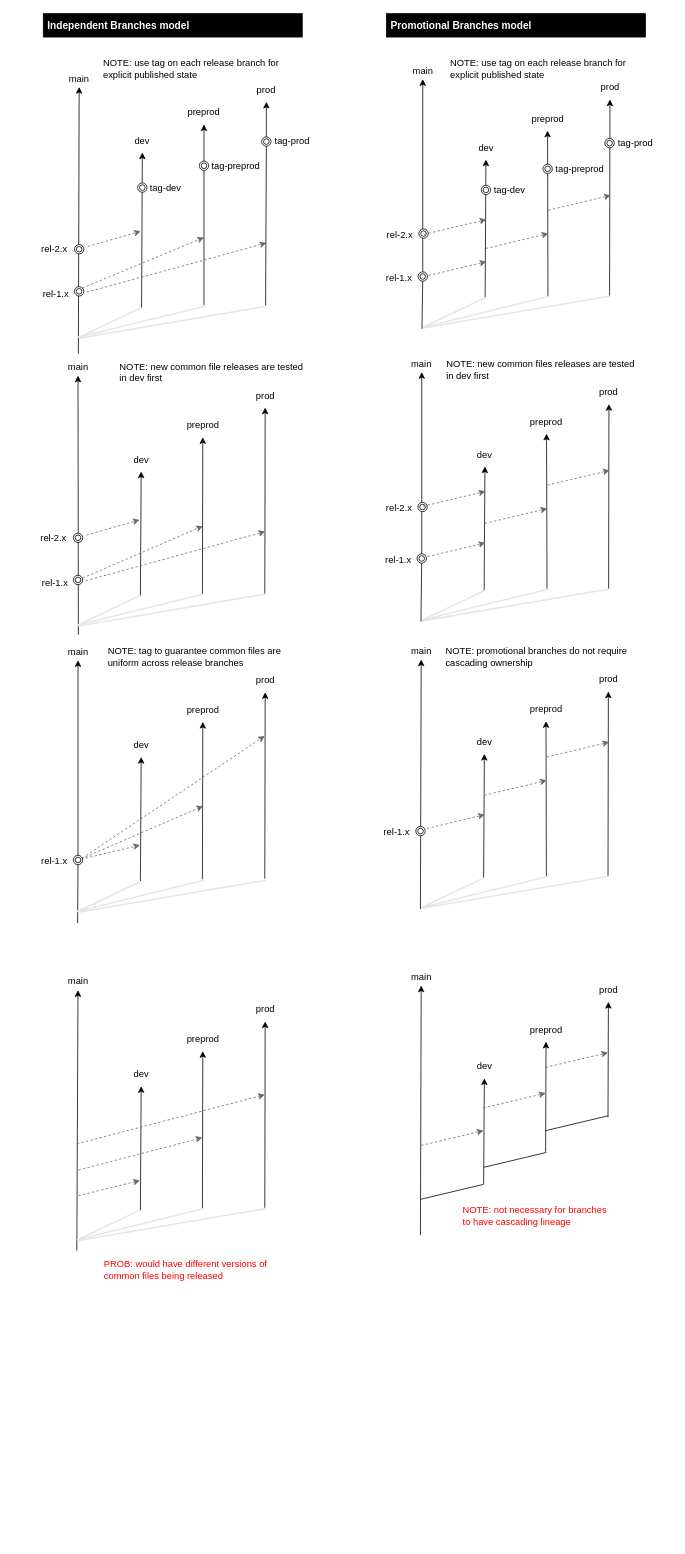
fabianlee/blogcode keeps this draw.io diagram as git/git-branch-tag-models.drawio. Above is the earlier version. Source tidied: cells renumbered, new cells numbered last; positions are measured from the earlier drawing's top-left corner, leaving out a move shared by most shapes. Both pictures are drawn from the tidied source at 78%, with x=0, y=0 at pixel (12, 13).
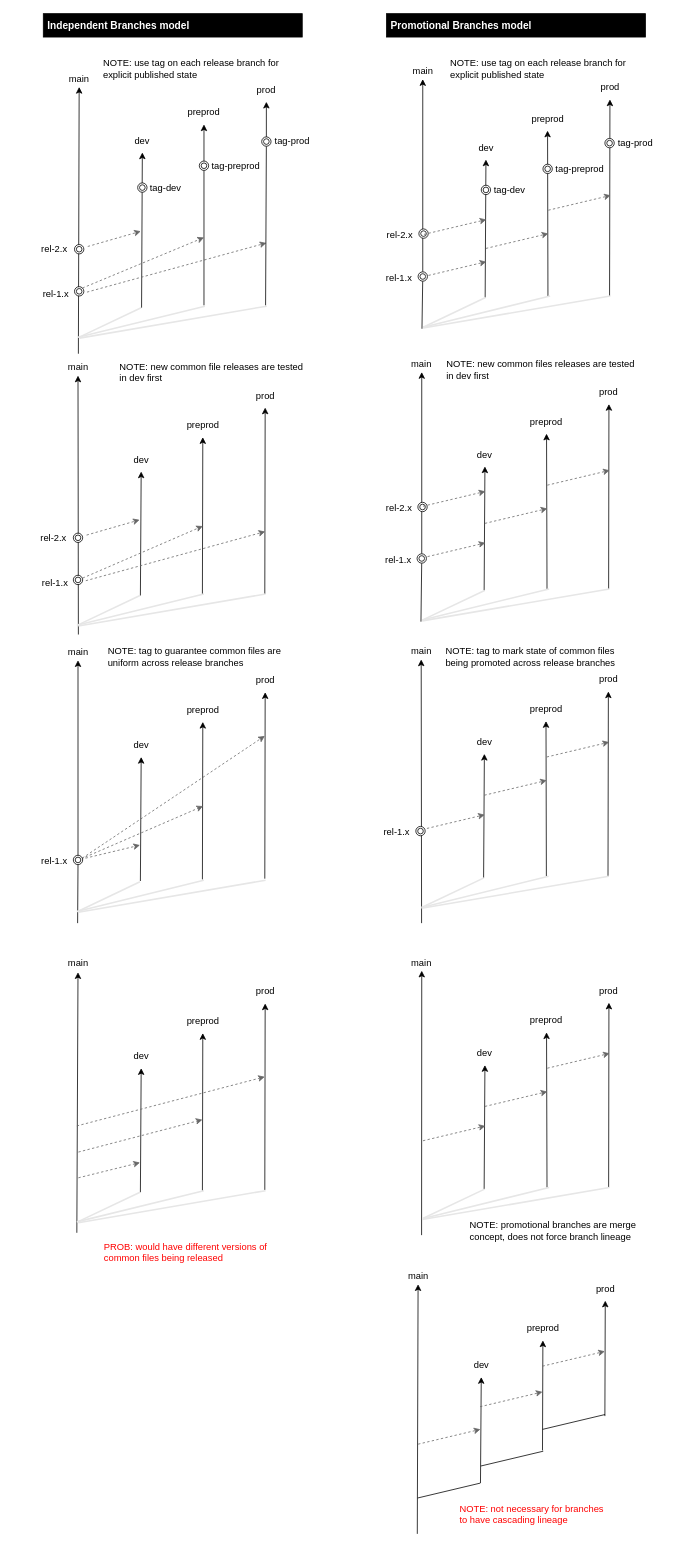
Above is the later version.

The edit, as a diff of the source:
```diff
@@
     <mxCell id="56" style="endArrow=classic;html=1;rounded=0;startArrow=none;" parent="1" edge="1">
       <mxGeometry relative="1" as="geometry">
-        <mxPoint x="522.5" y="1148" as="sourcePoint" />
+        <mxPoint x="524" y="1166" as="sourcePoint" />
         <mxPoint x="523.5" y="828" as="targetPoint" />
       </mxGeometry>
     </mxCell>
@@
     <mxCell id="67" style="endArrow=classic;html=1;rounded=0;startArrow=none;" parent="1" edge="1">
       <mxGeometry relative="1" as="geometry">
-        <mxPoint x="82" y="1586" as="sourcePoint" />
-        <mxPoint x="83.5" y="1252" as="targetPoint" />
+        <mxPoint x="82" y="1563" as="sourcePoint" />
+        <mxPoint x="83.5" y="1229" as="targetPoint" />
       </mxGeometry>
     </mxCell>
     <mxCell id="68" style="endArrow=classic;html=1;rounded=0;entryX=0.5;entryY=1;entryDx=0;entryDy=0;" parent="1" edge="1">
       <mxGeometry relative="1" as="geometry">
-        <mxPoint x="163.5" y="1534" as="sourcePoint" />
-        <mxPoint x="164.5" y="1375" as="targetPoint" />
+        <mxPoint x="163.5" y="1511" as="sourcePoint" />
+        <mxPoint x="164.5" y="1352" as="targetPoint" />
       </mxGeometry>
     </mxCell>
     <mxCell id="69" value="main" style="text;strokeColor=none;align=center;fillColor=none;html=1;verticalAlign=middle;whiteSpace=wrap;rounded=0;" parent="1" vertex="1">
-      <mxGeometry x="53.5" y="1226" width="60" height="30" as="geometry" />
+      <mxGeometry x="53.5" y="1203" width="60" height="30" as="geometry" />
     </mxCell>
     <mxCell id="70" style="endArrow=classic;html=1;rounded=0;entryX=0.5;entryY=1;entryDx=0;entryDy=0;startArrow=none;" parent="1" edge="1" target="73">
       <mxGeometry relative="1" as="geometry">
-        <mxPoint x="243" y="1532" as="sourcePoint" />
+        <mxPoint x="243" y="1509" as="sourcePoint" />
       </mxGeometry>
     </mxCell>
     <mxCell id="71" style="endArrow=classic;html=1;rounded=0;startArrow=none;" parent="1" edge="1" target="74">
       <mxGeometry relative="1" as="geometry">
-        <mxPoint x="323" y="1531" as="sourcePoint" />
+        <mxPoint x="323" y="1508" as="sourcePoint" />
       </mxGeometry>
     </mxCell>
     <mxCell id="72" value="dev" style="text;strokeColor=none;align=center;fillColor=none;html=1;verticalAlign=middle;whiteSpace=wrap;rounded=0;" parent="1" vertex="1">
-      <mxGeometry x="134.5" y="1345" width="60" height="30" as="geometry" />
+      <mxGeometry x="134.5" y="1322" width="60" height="30" as="geometry" />
     </mxCell>
     <mxCell id="73" value="preprod" style="text;strokeColor=none;align=center;fillColor=none;html=1;verticalAlign=middle;whiteSpace=wrap;rounded=0;" parent="1" vertex="1">
-      <mxGeometry x="213.5" y="1300" width="60" height="30" as="geometry" />
+      <mxGeometry x="213.5" y="1277" width="60" height="30" as="geometry" />
     </mxCell>
     <mxCell id="74" value="prod" style="text;strokeColor=none;align=center;fillColor=none;html=1;verticalAlign=middle;whiteSpace=wrap;rounded=0;" parent="1" vertex="1">
-      <mxGeometry x="293.5" y="1262" width="60" height="30" as="geometry" />
+      <mxGeometry x="293.5" y="1239" width="60" height="30" as="geometry" />
     </mxCell>
     <mxCell id="75" style="endArrow=classic;html=1;rounded=0;exitX=1;exitY=0.5;exitDx=0;exitDy=0;dashed=1;fillColor=#f5f5f5;strokeColor=#666666;" parent="1" edge="1">
       <mxGeometry relative="1" as="geometry">
-        <mxPoint x="82" y="1449" as="sourcePoint" />
-        <mxPoint x="323" y="1386" as="targetPoint" />
+        <mxPoint x="82" y="1426" as="sourcePoint" />
+        <mxPoint x="323" y="1363" as="targetPoint" />
       </mxGeometry>
     </mxCell>
     <mxCell id="76" style="endArrow=classic;html=1;rounded=0;exitX=1;exitY=0.5;exitDx=0;exitDy=0;dashed=1;fillColor=#f5f5f5;strokeColor=#666666;" parent="1" edge="1">
       <mxGeometry relative="1" as="geometry">
-        <mxPoint x="84" y="1482.5" as="sourcePoint" />
-        <mxPoint x="243" y="1441" as="targetPoint" />
+        <mxPoint x="84" y="1459.5" as="sourcePoint" />
+        <mxPoint x="243" y="1418" as="targetPoint" />
       </mxGeometry>
     </mxCell>
     <mxCell id="77" style="endArrow=classic;html=1;rounded=0;exitX=1;exitY=0.5;exitDx=0;exitDy=0;dashed=1;fillColor=#f5f5f5;strokeColor=#666666;" parent="1" edge="1">
       <mxGeometry relative="1" as="geometry">
-        <mxPoint x="84" y="1515.5" as="sourcePoint" />
-        <mxPoint x="163" y="1496" as="targetPoint" />
+        <mxPoint x="84" y="1492.5" as="sourcePoint" />
+        <mxPoint x="163" y="1473" as="targetPoint" />
       </mxGeometry>
     </mxCell>
     <mxCell id="78" value="PROB: would have different versions of common files being released" style="text;strokeColor=none;align=left;fillColor=none;html=1;verticalAlign=middle;whiteSpace=wrap;rounded=0;fontColor=#FF0000;" parent="1" vertex="1">
-      <mxGeometry x="115" y="1596" width="250" height="30" as="geometry" />
+      <mxGeometry x="115" y="1573" width="250" height="30" as="geometry" />
     </mxCell>
@@
-    <mxCell id="82" value="NOTE: promotional branches do not require cascading ownership" style="text;strokeColor=none;align=left;fillColor=none;html=1;verticalAlign=middle;whiteSpace=wrap;rounded=0;fontColor=#000000;" parent="1" vertex="1">
+    <mxCell id="82" value="NOTE: tag to mark state of common files being promoted across release branches" style="text;strokeColor=none;align=left;fillColor=none;html=1;verticalAlign=middle;whiteSpace=wrap;rounded=0;fontColor=#000000;" parent="1" vertex="1">
       <mxGeometry x="552.8" y="810" width="250" height="30" as="geometry" />
     </mxCell>
@@
     <mxCell id="86" style="endArrow=classic;html=1;rounded=0;startArrow=none;" parent="1" edge="1">
       <mxGeometry relative="1" as="geometry">
-        <mxPoint x="522.5" y="1566" as="sourcePoint" />
-        <mxPoint x="523.5" y="1246" as="targetPoint" />
+        <mxPoint x="518.5" y="1949" as="sourcePoint" />
+        <mxPoint x="519.5" y="1629" as="targetPoint" />
       </mxGeometry>
     </mxCell>
     <mxCell id="87" style="endArrow=classic;html=1;rounded=0;entryX=0.5;entryY=1;entryDx=0;entryDy=0;" parent="1" edge="1" target="91">
       <mxGeometry relative="1" as="geometry">
-        <mxPoint x="603.5" y="1501" as="sourcePoint" />
+        <mxPoint x="599.5" y="1884" as="sourcePoint" />
       </mxGeometry>
     </mxCell>
     <mxCell id="88" value="main" style="text;strokeColor=none;align=center;fillColor=none;html=1;verticalAlign=middle;whiteSpace=wrap;rounded=0;" parent="1" vertex="1">
-      <mxGeometry x="493.5" y="1221" width="60" height="30" as="geometry" />
+      <mxGeometry x="489.5" y="1604" width="60" height="30" as="geometry" />
     </mxCell>
     <mxCell id="89" style="endArrow=classic;html=1;rounded=0;startArrow=none;entryX=0.5;entryY=1;entryDx=0;entryDy=0;" parent="1" edge="1" target="92">
       <mxGeometry relative="1" as="geometry">
-        <mxPoint x="683" y="1459" as="sourcePoint" />
+        <mxPoint x="679" y="1842" as="sourcePoint" />
       </mxGeometry>
     </mxCell>
     <mxCell id="90" style="endArrow=classic;html=1;rounded=0;startArrow=none;entryX=0.5;entryY=1;entryDx=0;entryDy=0;" parent="1" edge="1" target="93">
       <mxGeometry relative="1" as="geometry">
-        <mxPoint x="763" y="1415" as="sourcePoint" />
+        <mxPoint x="759" y="1798" as="sourcePoint" />
       </mxGeometry>
     </mxCell>
     <mxCell id="91" value="dev" style="text;strokeColor=none;align=center;fillColor=none;html=1;verticalAlign=middle;whiteSpace=wrap;rounded=0;" parent="1" vertex="1">
-      <mxGeometry x="574.5" y="1335" width="60" height="30" as="geometry" />
+      <mxGeometry x="570.5" y="1718" width="60" height="30" as="geometry" />
     </mxCell>
     <mxCell id="92" value="preprod" style="text;strokeColor=none;align=center;fillColor=none;html=1;verticalAlign=middle;whiteSpace=wrap;rounded=0;" parent="1" vertex="1">
-      <mxGeometry x="653.5" y="1288" width="60" height="30" as="geometry" />
+      <mxGeometry x="649.5" y="1671" width="60" height="30" as="geometry" />
     </mxCell>
     <mxCell id="93" value="prod" style="text;strokeColor=none;align=center;fillColor=none;html=1;verticalAlign=middle;whiteSpace=wrap;rounded=0;" parent="1" vertex="1">
-      <mxGeometry x="733.5" y="1237" width="60" height="30" as="geometry" />
+      <mxGeometry x="729.5" y="1620" width="60" height="30" as="geometry" />
     </mxCell>
     <mxCell id="94" value="&lt;div&gt;NOTE: not necessary for branches&lt;/div&gt;&lt;div&gt;to have cascading lineage&lt;br&gt;&lt;/div&gt;" style="text;strokeColor=none;align=left;fillColor=none;html=1;verticalAlign=middle;whiteSpace=wrap;rounded=0;fontColor=#FF0000;" parent="1" vertex="1">
-      <mxGeometry x="575.2" y="1526" width="194.2" height="30" as="geometry" />
+      <mxGeometry x="571.2" y="1909" width="194.2" height="30" as="geometry" />
     </mxCell>
     <mxCell id="95" style="endArrow=none;html=1;rounded=0;fillColor=#f5f5f5;strokeColor=#000000;strokeWidth=1;endFill=0;" parent="1" edge="1">
       <mxGeometry relative="1" as="geometry">
-        <mxPoint x="523" y="1520" as="sourcePoint" />
-        <mxPoint x="603" y="1501" as="targetPoint" />
+        <mxPoint x="519" y="1903" as="sourcePoint" />
+        <mxPoint x="599" y="1884" as="targetPoint" />
       </mxGeometry>
     </mxCell>
     <mxCell id="96" style="endArrow=none;html=1;rounded=0;fillColor=#f5f5f5;strokeColor=#000000;strokeWidth=1;endFill=0;" parent="1" edge="1">
       <mxGeometry relative="1" as="geometry">
-        <mxPoint x="604" y="1479" as="sourcePoint" />
-        <mxPoint x="684" y="1460" as="targetPoint" />
+        <mxPoint x="600" y="1862" as="sourcePoint" />
+        <mxPoint x="680" y="1843" as="targetPoint" />
       </mxGeometry>
     </mxCell>
     <mxCell id="97" style="endArrow=none;html=1;rounded=0;fillColor=#f5f5f5;strokeColor=#000000;strokeWidth=1;endFill=0;" parent="1" edge="1">
       <mxGeometry relative="1" as="geometry">
-        <mxPoint x="683.2" y="1432" as="sourcePoint" />
-        <mxPoint x="763.2" y="1413" as="targetPoint" />
+        <mxPoint x="679.2" y="1815" as="sourcePoint" />
+        <mxPoint x="759.2" y="1796" as="targetPoint" />
       </mxGeometry>
     </mxCell>
     <mxCell id="98" style="endArrow=classic;html=1;rounded=0;dashed=1;fillColor=#f5f5f5;strokeColor=#666666;" parent="1" edge="1">
       <mxGeometry relative="1" as="geometry">
-        <mxPoint x="523.5" y="1451" as="sourcePoint" />
-        <mxPoint x="603.5" y="1432" as="targetPoint" />
+        <mxPoint x="519.5" y="1834" as="sourcePoint" />
+        <mxPoint x="599.5" y="1815" as="targetPoint" />
       </mxGeometry>
     </mxCell>
     <mxCell id="99" style="endArrow=classic;html=1;rounded=0;dashed=1;fillColor=#f5f5f5;strokeColor=#666666;" parent="1" edge="1">
       <mxGeometry relative="1" as="geometry">
-        <mxPoint x="603" y="1403" as="sourcePoint" />
-        <mxPoint x="683" y="1384" as="targetPoint" />
+        <mxPoint x="599" y="1786" as="sourcePoint" />
+        <mxPoint x="679" y="1767" as="targetPoint" />
       </mxGeometry>
     </mxCell>
     <mxCell id="100" style="endArrow=classic;html=1;rounded=0;dashed=1;fillColor=#f5f5f5;strokeColor=#666666;" parent="1" edge="1">
       <mxGeometry relative="1" as="geometry">
-        <mxPoint x="683" y="1351" as="sourcePoint" />
-        <mxPoint x="763" y="1332" as="targetPoint" />
+        <mxPoint x="679" y="1734" as="sourcePoint" />
+        <mxPoint x="759" y="1715" as="targetPoint" />
       </mxGeometry>
     </mxCell>
@@
     <mxCell id="151" style="endArrow=none;html=1;strokeWidth=2;rounded=0;fontColor=#000000;startSize=6;strokeColor=#E6E6E6;" parent="1" edge="1">
       <mxGeometry relative="1" as="geometry">
-        <mxPoint x="83" y="1572" as="sourcePoint" />
-        <mxPoint x="163" y="1534" as="targetPoint" />
+        <mxPoint x="83" y="1549" as="sourcePoint" />
+        <mxPoint x="163" y="1511" as="targetPoint" />
       </mxGeometry>
     </mxCell>
     <mxCell id="152" style="endArrow=none;html=1;strokeWidth=2;rounded=0;fontColor=#000000;startSize=6;strokeColor=#E6E6E6;" parent="1" edge="1">
       <mxGeometry relative="1" as="geometry">
-        <mxPoint x="82" y="1572" as="sourcePoint" />
-        <mxPoint x="244.8" y="1532" as="targetPoint" />
+        <mxPoint x="82" y="1549" as="sourcePoint" />
+        <mxPoint x="244.8" y="1509" as="targetPoint" />
       </mxGeometry>
     </mxCell>
     <mxCell id="153" style="endArrow=none;html=1;strokeWidth=2;rounded=0;fontColor=#000000;startSize=6;strokeColor=#E6E6E6;" parent="1" edge="1">
       <mxGeometry relative="1" as="geometry">
-        <mxPoint x="84" y="1573" as="sourcePoint" />
-        <mxPoint x="324" y="1532" as="targetPoint" />
+        <mxPoint x="84" y="1550" as="sourcePoint" />
+        <mxPoint x="324" y="1509" as="targetPoint" />
       </mxGeometry>
     </mxCell>
@@
+    <mxCell id="163" style="endArrow=classic;html=1;rounded=0;startArrow=none;" parent="1" edge="1">
+      <mxGeometry relative="1" as="geometry">
+        <mxPoint x="524" y="1566" as="sourcePoint" />
+        <mxPoint x="524.2" y="1227" as="targetPoint" />
+      </mxGeometry>
+    </mxCell>
+    <mxCell id="164" style="endArrow=classic;html=1;rounded=0;entryX=0.5;entryY=1;entryDx=0;entryDy=0;" parent="1" edge="1" target="168">
+      <mxGeometry relative="1" as="geometry">
+        <mxPoint x="604.2" y="1507" as="sourcePoint" />
+      </mxGeometry>
+    </mxCell>
+    <mxCell id="165" value="main" style="text;strokeColor=none;align=center;fillColor=none;html=1;verticalAlign=middle;whiteSpace=wrap;rounded=0;" parent="1" vertex="1">
+      <mxGeometry x="494.2" y="1202" width="60" height="30" as="geometry" />
+    </mxCell>
+    <mxCell id="166" style="endArrow=classic;html=1;rounded=0;entryX=0.5;entryY=1;entryDx=0;entryDy=0;startArrow=none;startSize=6;" parent="1" edge="1" target="169">
+      <mxGeometry relative="1" as="geometry">
+        <mxPoint x="684.8" y="1505" as="sourcePoint" />
+      </mxGeometry>
+    </mxCell>
+    <mxCell id="167" style="endArrow=classic;html=1;rounded=0;startArrow=none;" parent="1" edge="1" target="170">
+      <mxGeometry relative="1" as="geometry">
+        <mxPoint x="763.8" y="1505" as="sourcePoint" />
+      </mxGeometry>
+    </mxCell>
+    <mxCell id="168" value="dev" style="text;strokeColor=none;align=center;fillColor=none;html=1;verticalAlign=middle;whiteSpace=wrap;rounded=0;" parent="1" vertex="1">
+      <mxGeometry x="575.2" y="1318" width="60" height="30" as="geometry" />
+    </mxCell>
+    <mxCell id="169" value="preprod" style="text;strokeColor=none;align=center;fillColor=none;html=1;verticalAlign=middle;whiteSpace=wrap;rounded=0;" parent="1" vertex="1">
+      <mxGeometry x="654.2" y="1276" width="60" height="30" as="geometry" />
+    </mxCell>
+    <mxCell id="170" value="prod" style="text;strokeColor=none;align=center;fillColor=none;html=1;verticalAlign=middle;whiteSpace=wrap;rounded=0;" parent="1" vertex="1">
+      <mxGeometry x="734.2" y="1238" width="60" height="30" as="geometry" />
+    </mxCell>
+    <mxCell id="171" style="endArrow=classic;html=1;rounded=0;dashed=1;fillColor=#f5f5f5;strokeColor=#666666;" parent="1" edge="1">
+      <mxGeometry relative="1" as="geometry">
+        <mxPoint x="525.8" y="1445" as="sourcePoint" />
+        <mxPoint x="605.8" y="1426" as="targetPoint" />
+      </mxGeometry>
+    </mxCell>
+    <mxCell id="172" style="endArrow=classic;html=1;rounded=0;dashed=1;fillColor=#f5f5f5;strokeColor=#666666;" parent="1" edge="1">
+      <mxGeometry relative="1" as="geometry">
+        <mxPoint x="605.2" y="1401" as="sourcePoint" />
+        <mxPoint x="685.2" y="1382" as="targetPoint" />
+      </mxGeometry>
+    </mxCell>
+    <mxCell id="173" style="endArrow=classic;html=1;rounded=0;dashed=1;fillColor=#f5f5f5;strokeColor=#666666;" parent="1" edge="1">
+      <mxGeometry relative="1" as="geometry">
+        <mxPoint x="685.2" y="1352" as="sourcePoint" />
+        <mxPoint x="765.2" y="1333" as="targetPoint" />
+      </mxGeometry>
+    </mxCell>
+    <mxCell id="174" value="NOTE: promotional branches are merge concept, does not force branch lineage" style="text;strokeColor=none;align=left;fillColor=none;html=1;verticalAlign=middle;whiteSpace=wrap;rounded=0;fontColor=#000000;" parent="1" vertex="1">
+      <mxGeometry x="584" y="1546" width="250" height="30" as="geometry" />
+    </mxCell>
+    <mxCell id="175" style="endArrow=none;html=1;strokeWidth=2;rounded=0;fontColor=#000000;startSize=6;strokeColor=#E6E6E6;" parent="1" edge="1">
+      <mxGeometry relative="1" as="geometry">
+        <mxPoint x="524.8" y="1545" as="sourcePoint" />
+        <mxPoint x="604.8" y="1507" as="targetPoint" />
+      </mxGeometry>
+    </mxCell>
+    <mxCell id="176" style="endArrow=none;html=1;strokeWidth=2;rounded=0;fontColor=#000000;startSize=6;strokeColor=#E6E6E6;" parent="1" edge="1">
+      <mxGeometry relative="1" as="geometry">
+        <mxPoint x="524.8" y="1545" as="sourcePoint" />
+        <mxPoint x="687.5" y="1505" as="targetPoint" />
+      </mxGeometry>
+    </mxCell>
+    <mxCell id="177" style="endArrow=none;html=1;strokeWidth=2;rounded=0;fontColor=#000000;startSize=6;strokeColor=#E6E6E6;" parent="1" edge="1">
+      <mxGeometry relative="1" as="geometry">
+        <mxPoint x="524.8" y="1546" as="sourcePoint" />
+        <mxPoint x="764.8" y="1505" as="targetPoint" />
+      </mxGeometry>
+    </mxCell>
```
